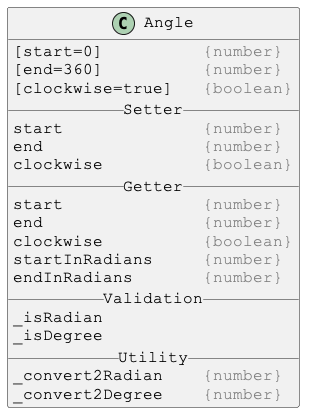
Before: docs/PlantUml/images/Angle.png, a diagram exported from PlantUML (Justin-Byrne/canvasLab).
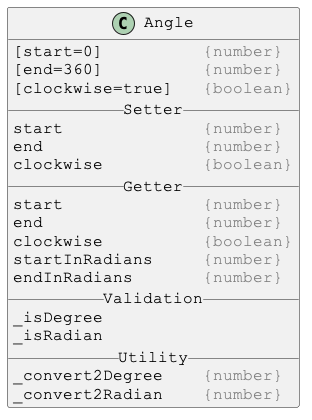
The same diagram one commit later.

The edit, as a diff of the source:
```diff
@@ -18,11 +18,11 @@
 startInRadians     <color:gray>{number}</color>
 endInRadians       <color:gray>{number}</color>
 __ Validation __
+_isDegree
 _isRadian
-_isDegree
 __ Utility __
+_convert2Degree    <color:gray>{number}</color>
 _convert2Radian    <color:gray>{number}</color>
-_convert2Degree    <color:gray>{number}</color>
 }
 
 @enduml
```
